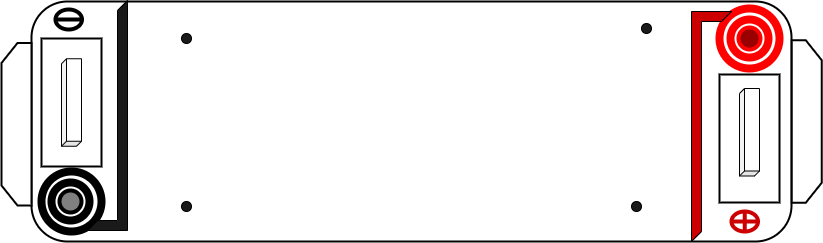
Above: experiment/simulation/images/case.png in virtual-labs/exp-dna-agarose-gel-electrophoresis-iitkgp (draw.io), before the change. Source tidied: cells renumbered, new cells last; positions are measured from the earlier drawing's top-left corner, leaving out a move shared by most shapes.
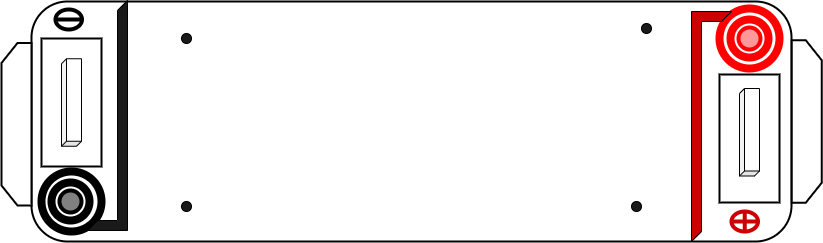
Above is the later version.

What changed in the source:
```diff
@@ -59,7 +59,7 @@
     <mxCell id="20" style="shape=lineEllipse;perimeter=ellipsePerimeter;whiteSpace=wrap;html=1;backgroundOutline=1;strokeWidth=4;" parent="1" vertex="1">
       <mxGeometry x="120" y="9" width="26.5" height="20" as="geometry" />
     </mxCell>
-    <mxCell id="21" style="ellipse;whiteSpace=wrap;html=1;strokeColor=#FF0000;strokeWidth=4;fillColor=#990000;" parent="1" vertex="1">
+    <mxCell id="21" style="ellipse;whiteSpace=wrap;html=1;strokeColor=#FF0000;strokeWidth=4;fillColor=#FF9999;" parent="1" vertex="1">
       <mxGeometry x="803" y="27" width="22" height="22" as="geometry" />
     </mxCell>
     <mxCell id="22" style="ellipse;whiteSpace=wrap;html=1;strokeWidth=4;fillColor=#808080;" parent="1" vertex="1">
```
